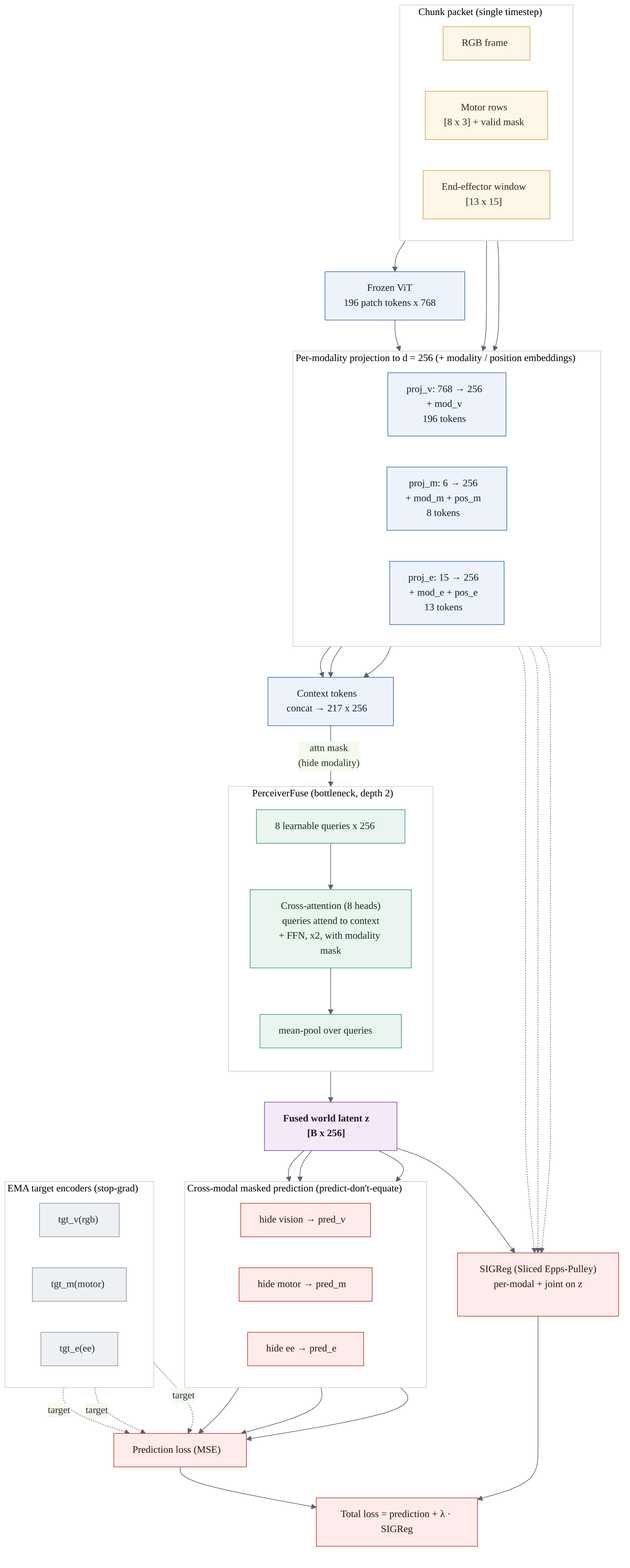
The Mermaid diagram paper/figures/mm_perceiver2_arch.png in menloresearch/world-encoder, before a commit. Its source is kept beside it as paper/figures/mm_perceiver2_arch.mmd. The source it was exported from:
```mermaid
%%{init: {'theme':'base', 'themeVariables': {'fontSize':'16px','fontFamily':'Helvetica,Arial,sans-serif','primaryColor':'#eef3fb','primaryBorderColor':'#3b6ea5','lineColor':'#5b6470','clusterBkg':'#ffffff','clusterBorder':'#c8ced6'}}}%%
flowchart TB

  subgraph IN["Chunk packet (single timestep)"]
    direction LR
    RGB["RGB frame"]
    MOT["Motor rows<br/>[8 x 3] + valid mask"]
    EE["End-effector window<br/>[13 x 15]"]
  end

  VIT["Frozen ViT<br/>196 patch tokens x 768"]
  RGB --> VIT

  subgraph PROJ["Per-modality projection to d = 256 (+ modality / position embeddings)"]
    direction LR
    PV["proj_v: 768 &rarr; 256<br/>+ mod_v<br/>196 tokens"]
    PM["proj_m: 6 &rarr; 256<br/>+ mod_m + pos_m<br/>8 tokens"]
    PE["proj_e: 15 &rarr; 256<br/>+ mod_e + pos_e<br/>13 tokens"]
  end
  VIT --> PV
  MOT --> PM
  EE --> PE

  CTX["Context tokens<br/>concat &rarr; 217 x 256"]
  PV --> CTX
  PM --> CTX
  PE --> CTX

  subgraph FUSE["PerceiverFuse (bottleneck, depth 2)"]
    direction TB
    Q["8 learnable queries x 256"]
    CA["Cross-attention (8 heads)<br/>queries attend to context<br/>+ FFN, x2, with modality mask"]
    POOL["mean-pool over queries"]
    Q --> CA --> POOL
  end
  CTX -->|"attn mask<br/>(hide modality)"| CA

  Z["Fused world latent z<br/>[B x 256]"]
  POOL --> Z

  subgraph HEADS["Cross-modal masked prediction (predict-don't-equate)"]
    direction LR
    HV["hide vision &rarr; pred_v"]
    HM["hide motor &rarr; pred_m"]
    HE["hide ee &rarr; pred_e"]
  end
  Z --> HV
  Z --> HM
  Z --> HE

  subgraph TGT["EMA target encoders (stop-grad)"]
    direction LR
    TV["tgt_v(rgb)"]
    TM["tgt_m(motor)"]
    TE["tgt_e(ee)"]
  end

  INV["Prediction loss (MSE)"]
  HV --> INV
  HM --> INV
  HE --> INV
  TV -.->|target| INV
  TM -.->|target| INV
  TE -.->|target| INV

  SIG["SIGReg (Sliced Epps-Pulley)<br/>per-modal + joint on z"]
  PV -.-> SIG
  PM -.-> SIG
  PE -.-> SIG
  Z --> SIG

  LOSS["Total loss = prediction + &lambda; &middot; SIGReg"]
  INV --> LOSS
  SIG --> LOSS

  classDef input fill:#fef6e7,stroke:#d9a441,color:#3a2f18;
  classDef proj fill:#eef3fb,stroke:#3b6ea5,color:#12263a;
  classDef fuse fill:#e9f5ee,stroke:#3d9970,color:#123524;
  classDef latent fill:#f3e9f7,stroke:#8e44ad,color:#2e123a,font-weight:bold;
  classDef loss fill:#fdeceb,stroke:#c0392b,color:#3a1512;
  classDef tgt fill:#eef1f4,stroke:#8a94a0,color:#2a2f36;

  class RGB,MOT,EE input;
  class VIT,PV,PM,PE,CTX proj;
  class Q,CA,POOL fuse;
  class Z latent;
  class HV,HM,HE,INV,SIG,LOSS loss;
  class TV,TM,TE tgt;
```
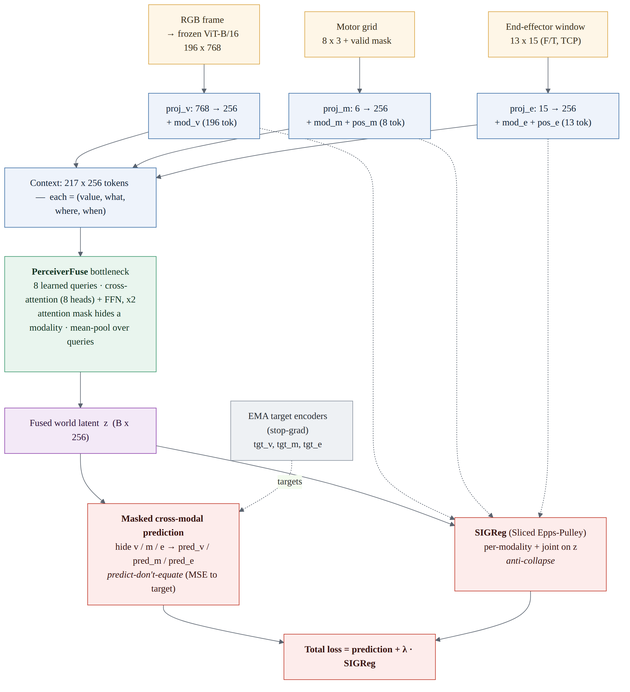
After the change.

Commit message:
Add architecture figure and expand Method with model walkthrough, design rationale, and inspirations

Change to the diagram source:
```diff
@@ -1,88 +1,52 @@
-%%{init: {'theme':'base', 'themeVariables': {'fontSize':'16px','fontFamily':'Helvetica,Arial,sans-serif','primaryColor':'#eef3fb','primaryBorderColor':'#3b6ea5','lineColor':'#5b6470','clusterBkg':'#ffffff','clusterBorder':'#c8ced6'}}}%%
+%%{init: {'theme':'base','themeVariables':{'fontSize':'16px','fontFamily':'Helvetica,Arial,sans-serif','primaryColor':'#eef3fb','primaryBorderColor':'#3b6ea5','lineColor':'#5b6470','clusterBkg':'#fbfcfe','clusterBorder':'#cad0d8'}}}%%
 flowchart TB
 
-  subgraph IN["Chunk packet (single timestep)"]
-    direction LR
-    RGB["RGB frame"]
-    MOT["Motor rows<br/>[8 x 3] + valid mask"]
-    EE["End-effector window<br/>[13 x 15]"]
-  end
+  RGB["RGB frame<br/>&rarr; frozen ViT-B/16<br/>196 x 768"]
+  MOT["Motor grid<br/>8 x 3 + valid mask"]
+  EE["End-effector window<br/>13 x 15 (F/T, TCP)"]
 
-  VIT["Frozen ViT<br/>196 patch tokens x 768"]
-  RGB --> VIT
+  PV["proj_v: 768 &rarr; 256<br/>+ mod_v (196 tok)"]
+  PM["proj_m: 6 &rarr; 256<br/>+ mod_m + pos_m (8 tok)"]
+  PE["proj_e: 15 &rarr; 256<br/>+ mod_e + pos_e (13 tok)"]
 
-  subgraph PROJ["Per-modality projection to d = 256 (+ modality / position embeddings)"]
-    direction LR
-    PV["proj_v: 768 &rarr; 256<br/>+ mod_v<br/>196 tokens"]
-    PM["proj_m: 6 &rarr; 256<br/>+ mod_m + pos_m<br/>8 tokens"]
-    PE["proj_e: 15 &rarr; 256<br/>+ mod_e + pos_e<br/>13 tokens"]
-  end
-  VIT --> PV
+  CTX["Context: 217 x 256 tokens &nbsp;&mdash;&nbsp; each = (value, what, where, when)"]
+
+  FUSE["<b>PerceiverFuse</b> bottleneck<br/>8 learned queries &middot; cross-attention (8 heads) + FFN, x2<br/>attention mask hides a modality &middot; mean-pool over queries"]
+
+  Z["Fused world latent&nbsp; z &nbsp;(B x 256)"]
+
+  HEADS["<b>Masked cross-modal prediction</b><br/>hide v / m / e &rarr; pred_v / pred_m / pred_e<br/><i>predict-don't-equate</i> (MSE to target)"]
+  TGT["EMA target encoders<br/>(stop-grad)<br/>tgt_v, tgt_m, tgt_e"]
+  SIG["<b>SIGReg</b> (Sliced Epps-Pulley)<br/>per-modality + joint on z<br/><i>anti-collapse</i>"]
+  LOSS["<b>Total loss = prediction + &lambda; &middot; SIGReg</b>"]
+
+  RGB --> PV
   MOT --> PM
-  EE --> PE
-
-  CTX["Context tokens<br/>concat &rarr; 217 x 256"]
+  EE  --> PE
   PV --> CTX
   PM --> CTX
   PE --> CTX
-
-  subgraph FUSE["PerceiverFuse (bottleneck, depth 2)"]
-    direction TB
-    Q["8 learnable queries x 256"]
-    CA["Cross-attention (8 heads)<br/>queries attend to context<br/>+ FFN, x2, with modality mask"]
-    POOL["mean-pool over queries"]
-    Q --> CA --> POOL
-  end
-  CTX -->|"attn mask<br/>(hide modality)"| CA
-
-  Z["Fused world latent z<br/>[B x 256]"]
-  POOL --> Z
-
-  subgraph HEADS["Cross-modal masked prediction (predict-don't-equate)"]
-    direction LR
-    HV["hide vision &rarr; pred_v"]
-    HM["hide motor &rarr; pred_m"]
-    HE["hide ee &rarr; pred_e"]
-  end
-  Z --> HV
-  Z --> HM
-  Z --> HE
-
-  subgraph TGT["EMA target encoders (stop-grad)"]
-    direction LR
-    TV["tgt_v(rgb)"]
-    TM["tgt_m(motor)"]
-    TE["tgt_e(ee)"]
-  end
-
-  INV["Prediction loss (MSE)"]
-  HV --> INV
-  HM --> INV
-  HE --> INV
-  TV -.->|target| INV
-  TM -.->|target| INV
-  TE -.->|target| INV
-
-  SIG["SIGReg (Sliced Epps-Pulley)<br/>per-modal + joint on z"]
+  CTX --> FUSE
+  FUSE --> Z
+  Z --> HEADS
+  Z --> SIG
   PV -.-> SIG
   PM -.-> SIG
   PE -.-> SIG
-  Z --> SIG
-
-  LOSS["Total loss = prediction + &lambda; &middot; SIGReg"]
-  INV --> LOSS
+  TGT -.->|targets| HEADS
+  HEADS --> LOSS
   SIG --> LOSS
 
   classDef input fill:#fef6e7,stroke:#d9a441,color:#3a2f18;
   classDef proj fill:#eef3fb,stroke:#3b6ea5,color:#12263a;
   classDef fuse fill:#e9f5ee,stroke:#3d9970,color:#123524;
-  classDef latent fill:#f3e9f7,stroke:#8e44ad,color:#2e123a,font-weight:bold;
+  classDef latent fill:#f3e9f7,stroke:#8e44ad,color:#2e123a;
   classDef loss fill:#fdeceb,stroke:#c0392b,color:#3a1512;
   classDef tgt fill:#eef1f4,stroke:#8a94a0,color:#2a2f36;
 
   class RGB,MOT,EE input;
-  class VIT,PV,PM,PE,CTX proj;
-  class Q,CA,POOL fuse;
+  class PV,PM,PE,CTX proj;
+  class FUSE fuse;
   class Z latent;
-  class HV,HM,HE,INV,SIG,LOSS loss;
-  class TV,TM,TE tgt;
+  class HEADS,SIG,LOSS loss;
+  class TGT tgt;
```
